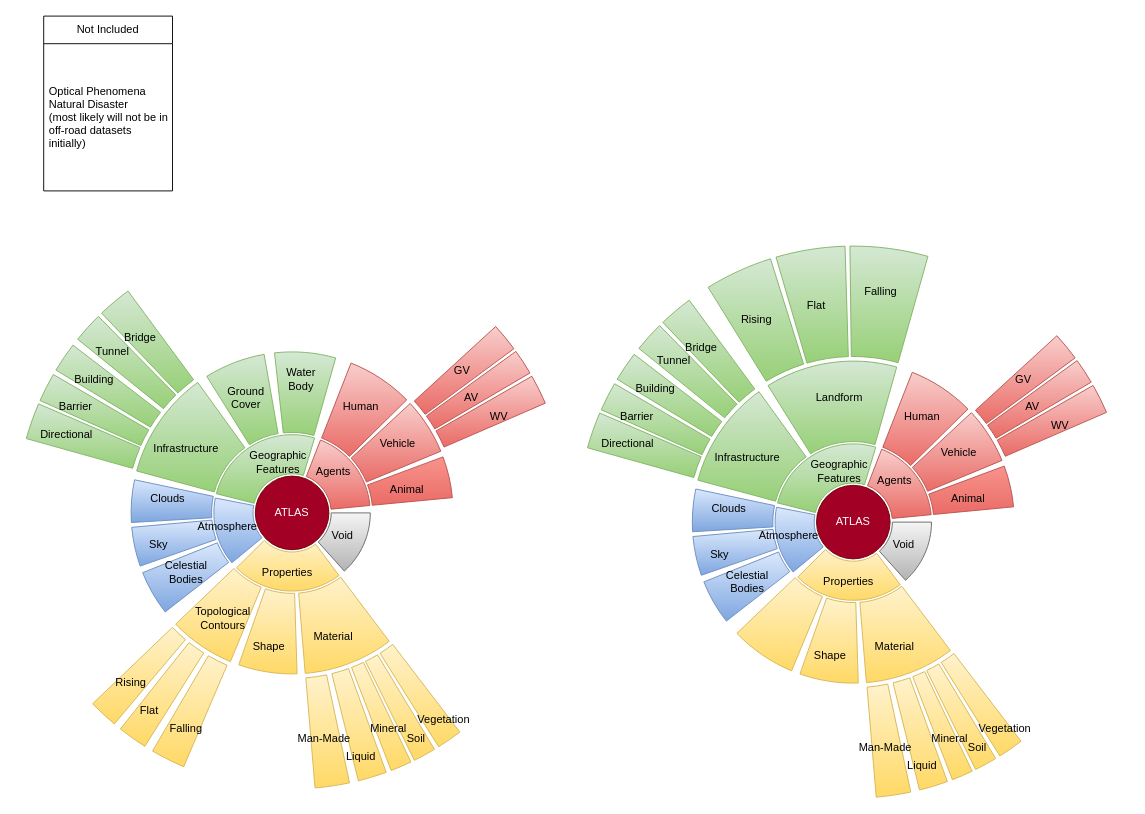
Before: ATLAS Instance Diagram.drawio in tamu-edu/ORATOR-ATLAS, a draw.io diagram. Source tidied: cells renumbered, new cells numbered last; positions are measured from the earlier drawing's top-left corner, leaving out a move shared by most shapes. Both pictures are drawn from the tidied source at 92%, with x=0, y=0 at pixel (16, 16).
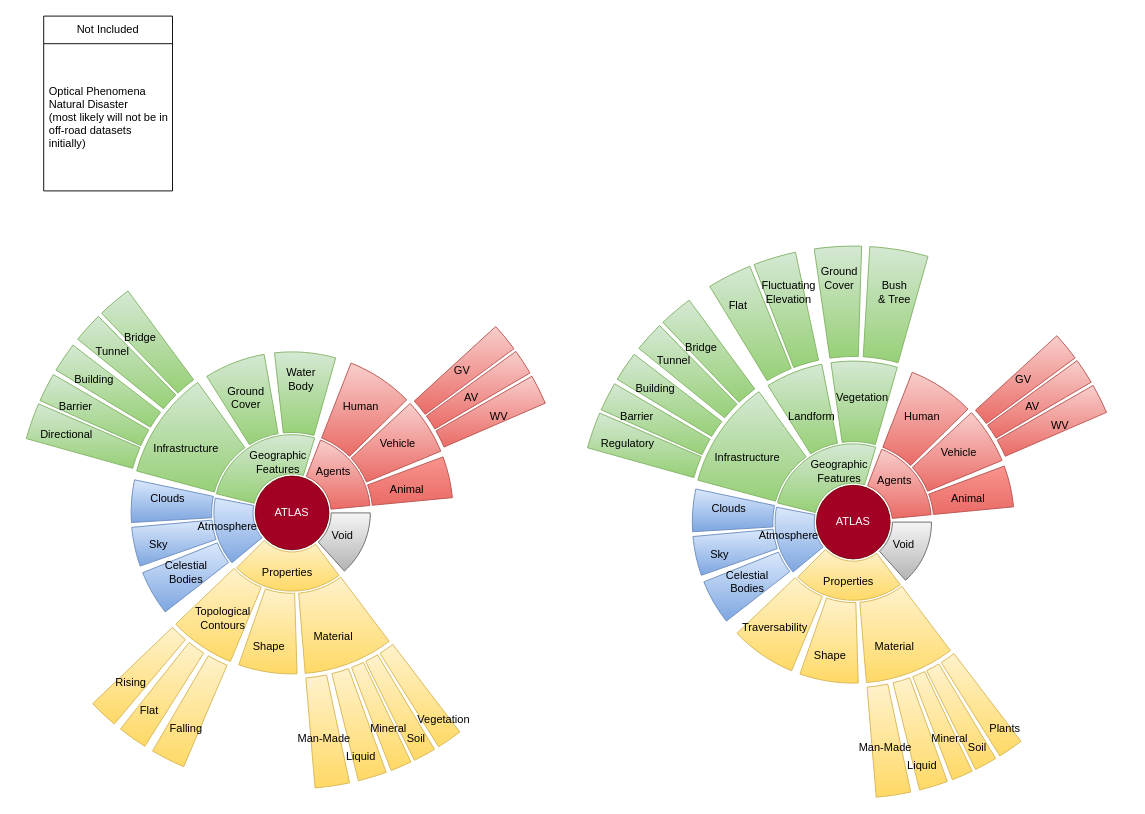
The same page after the edit.

Change to the diagram source:
```diff
@@
+    <mxCell id="135" style="verticalLabelPosition=bottom;verticalAlign=top;html=1;shape=mxgraph.basic.partConcEllipse;startAngle=0.9414514052305925;endAngle=0.9664034525638553;arcWidth=0.4;fillColor=#d5e8d4;gradientColor=#97d077;strokeColor=#82b366;" parent="1" vertex="1">
+      <mxGeometry x="610" y="250" width="600" height="600" as="geometry" />
+    </mxCell>
+    <mxCell id="136" style="verticalLabelPosition=bottom;verticalAlign=top;html=1;shape=mxgraph.basic.partConcEllipse;startAngle=0.9778621933491073;endAngle=0.0440537951850158;arcWidth=0.5;fillColor=#d5e8d4;gradientColor=#97d077;strokeColor=#82b366;" parent="1" vertex="1">
+      <mxGeometry x="735" y="375" width="350" height="350" as="geometry" />
+    </mxCell>
@@
-    <mxCell id="87" style="verticalLabelPosition=bottom;verticalAlign=top;html=1;shape=mxgraph.basic.partConcEllipse;startAngle=0.9110961577553236;endAngle=0.043450684603357576;arcWidth=0.5;fillColor=#d5e8d4;gradientColor=#97d077;strokeColor=#82b366;" parent="1" vertex="1">
+    <mxCell id="87" style="verticalLabelPosition=bottom;verticalAlign=top;html=1;shape=mxgraph.basic.partConcEllipse;startAngle=0.9110961577553236;endAngle=0.9685835209054994;arcWidth=0.5;fillColor=#d5e8d4;gradientColor=#97d077;strokeColor=#82b366;" parent="1" vertex="1">
       <mxGeometry x="735" y="375" width="350" height="350" as="geometry" />
     </mxCell>
@@
-    <mxCell id="94" value="Landform" style="text;html=1;strokeColor=none;fillColor=none;align=center;verticalAlign=middle;whiteSpace=wrap;rounded=0;" parent="1" vertex="1">
-      <mxGeometry x="865" y="400" width="60" height="30" as="geometry" />
+    <mxCell id="94" value="Vegetation " style="text;html=1;strokeColor=none;fillColor=none;align=center;verticalAlign=middle;whiteSpace=wrap;rounded=0;" parent="1" vertex="1">
+      <mxGeometry x="890" y="400" width="60" height="30" as="geometry" />
     </mxCell>
@@
-    <mxCell id="108" style="verticalLabelPosition=bottom;verticalAlign=top;html=1;shape=mxgraph.basic.partConcEllipse;startAngle=0.9118513356849548;endAngle=0.9514890919671032;arcWidth=0.4;fillColor=#d5e8d4;gradientColor=#97d077;strokeColor=#82b366;" parent="1" vertex="1">
-      <mxGeometry x="610" y="250" width="600" height="600" as="geometry" />
-    </mxCell>
-    <mxCell id="109" style="verticalLabelPosition=bottom;verticalAlign=top;html=1;shape=mxgraph.basic.partConcEllipse;startAngle=0.9548327646991335;endAngle=0.9952267833287348;arcWidth=0.4;fillColor=#d5e8d4;gradientColor=#97d077;strokeColor=#82b366;" parent="1" vertex="1">
+    <mxCell id="109" style="verticalLabelPosition=bottom;verticalAlign=top;html=1;shape=mxgraph.basic.partConcEllipse;startAngle=0.9129178309298805;endAngle=0.9388575466724463;arcWidth=0.4;fillColor=#d5e8d4;gradientColor=#97d077;strokeColor=#82b366;" parent="1" vertex="1">
       <mxGeometry x="610" y="250" width="600" height="600" as="geometry" />
     </mxCell>
@@
-    <mxCell id="113" style="verticalLabelPosition=bottom;verticalAlign=top;html=1;shape=mxgraph.basic.partConcEllipse;startAngle=0.9980591822694903;endAngle=0.043583313691899654;arcWidth=0.4;fillColor=#d5e8d4;gradientColor=#97d077;strokeColor=#82b366;" parent="1" vertex="1">
+    <mxCell id="113" style="verticalLabelPosition=bottom;verticalAlign=top;html=1;shape=mxgraph.basic.partConcEllipse;startAngle=0.009537862117918117;endAngle=0.043583313691899654;arcWidth=0.4;fillColor=#d5e8d4;gradientColor=#97d077;strokeColor=#82b366;" parent="1" vertex="1">
       <mxGeometry x="610" y="250" width="600" height="600" as="geometry" />
     </mxCell>
-    <mxCell id="114" value="Rising" style="text;html=1;strokeColor=none;fillColor=none;align=center;verticalAlign=middle;whiteSpace=wrap;rounded=0;" parent="1" vertex="1">
-      <mxGeometry x="775" y="315" width="60" height="30" as="geometry" />
-    </mxCell>
     <mxCell id="115" value="Flat" style="text;html=1;strokeColor=none;fillColor=none;align=center;verticalAlign=middle;whiteSpace=wrap;rounded=0;" parent="1" vertex="1">
-      <mxGeometry x="840" y="300" width="60" height="30" as="geometry" />
+      <mxGeometry x="755" y="300" width="60" height="30" as="geometry" />
     </mxCell>
-    <mxCell id="116" value="Falling" style="text;html=1;strokeColor=none;fillColor=none;align=center;verticalAlign=middle;whiteSpace=wrap;rounded=0;" parent="1" vertex="1">
-      <mxGeometry x="910" y="285" width="60" height="30" as="geometry" />
+    <mxCell id="116" value="&lt;div&gt;Fluctuating&lt;/div&gt;&lt;div&gt;Elevation&lt;br&gt;&lt;/div&gt;" style="text;html=1;strokeColor=none;fillColor=none;align=center;verticalAlign=middle;whiteSpace=wrap;rounded=0;" parent="1" vertex="1">
+      <mxGeometry x="810" y="285" width="60" height="30" as="geometry" />
     </mxCell>
@@
-    <mxCell id="118" value="Directional" style="text;html=1;strokeColor=none;fillColor=none;align=center;verticalAlign=middle;whiteSpace=wrap;rounded=0;" parent="1" vertex="1">
+    <mxCell id="118" value="Regulatory" style="text;html=1;strokeColor=none;fillColor=none;align=center;verticalAlign=middle;whiteSpace=wrap;rounded=0;" parent="1" vertex="1">
       <mxGeometry x="635" y="450" width="60" height="30" as="geometry" />
     </mxCell>
@@
-    <mxCell id="130" value="Vegetation" style="text;html=1;strokeColor=none;fillColor=none;align=center;verticalAlign=middle;whiteSpace=wrap;rounded=0;" parent="1" vertex="1">
+    <mxCell id="130" value="Plants" style="text;html=1;strokeColor=none;fillColor=none;align=center;verticalAlign=middle;whiteSpace=wrap;rounded=0;" parent="1" vertex="1">
       <mxGeometry x="1045" y="760" width="60" height="30" as="geometry" />
     </mxCell>
@@
+    <mxCell id="137" value="Landform" style="text;html=1;strokeColor=none;fillColor=none;align=center;verticalAlign=middle;whiteSpace=wrap;rounded=0;" parent="1" vertex="1">
+      <mxGeometry x="835" y="420" width="60" height="30" as="geometry" />
+    </mxCell>
+    <mxCell id="138" style="verticalLabelPosition=bottom;verticalAlign=top;html=1;shape=mxgraph.basic.partConcEllipse;startAngle=0.9774163823495667;endAngle=0.004773216671265159;arcWidth=0.4;fillColor=#d5e8d4;gradientColor=#97d077;strokeColor=#82b366;" parent="1" vertex="1">
+      <mxGeometry x="610" y="250" width="600" height="600" as="geometry" />
+    </mxCell>
+    <mxCell id="139" value="Ground Cover" style="text;html=1;strokeColor=none;fillColor=none;align=center;verticalAlign=middle;whiteSpace=wrap;rounded=0;" parent="1" vertex="1">
+      <mxGeometry x="865" y="270" width="60" height="30" as="geometry" />
+    </mxCell>
+    <mxCell id="140" value="&lt;div&gt;Bush &lt;br&gt;&lt;/div&gt;&lt;div&gt;&amp;amp; Tree&lt;/div&gt;" style="text;html=1;strokeColor=none;fillColor=none;align=center;verticalAlign=middle;whiteSpace=wrap;rounded=0;" parent="1" vertex="1">
+      <mxGeometry x="925" y="285" width="60" height="30" as="geometry" />
+    </mxCell>
+    <mxCell id="141" value="Traversability" style="text;html=1;strokeColor=none;fillColor=none;align=center;verticalAlign=middle;whiteSpace=wrap;rounded=0;" parent="1" vertex="1">
+      <mxGeometry x="795" y="650" width="60" height="30" as="geometry" />
+    </mxCell>
```
